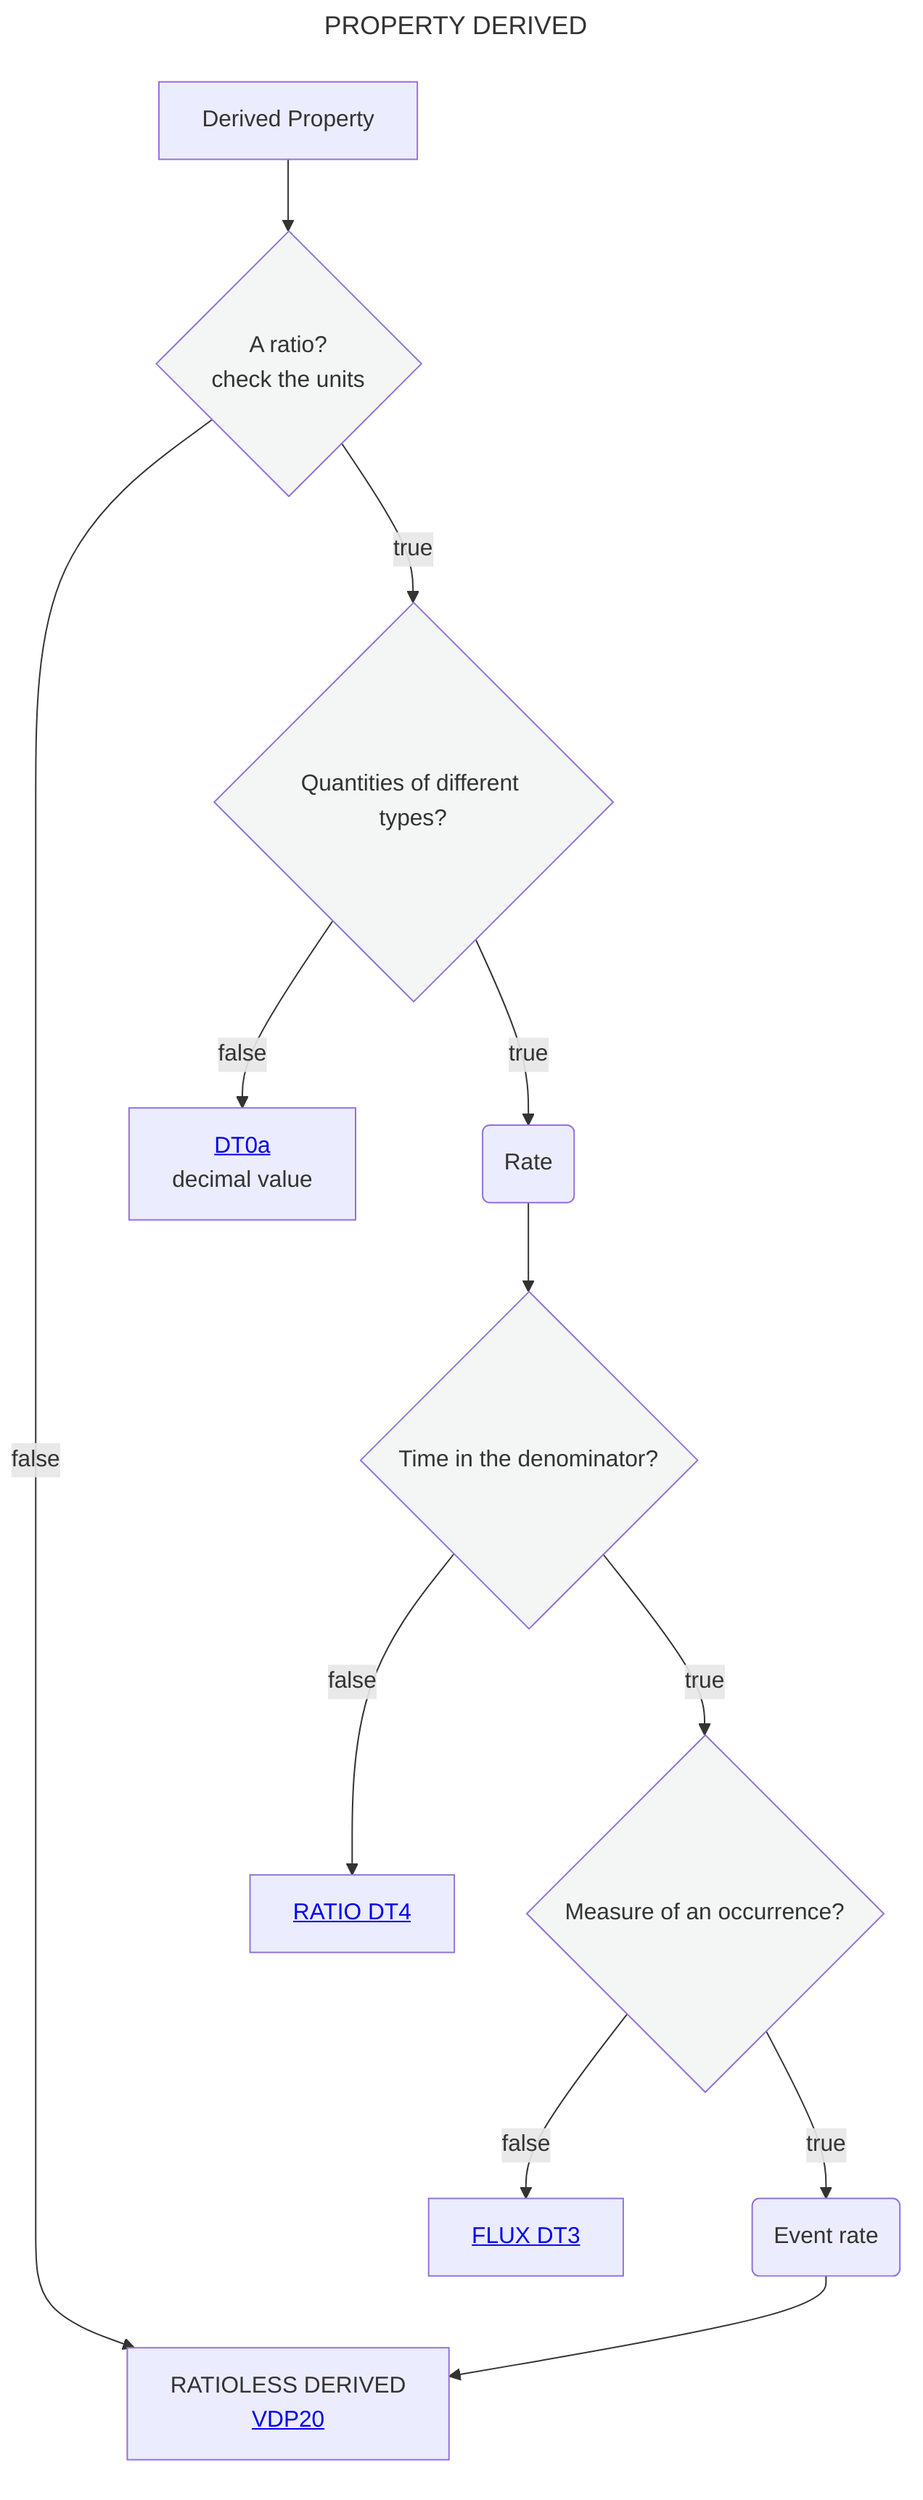
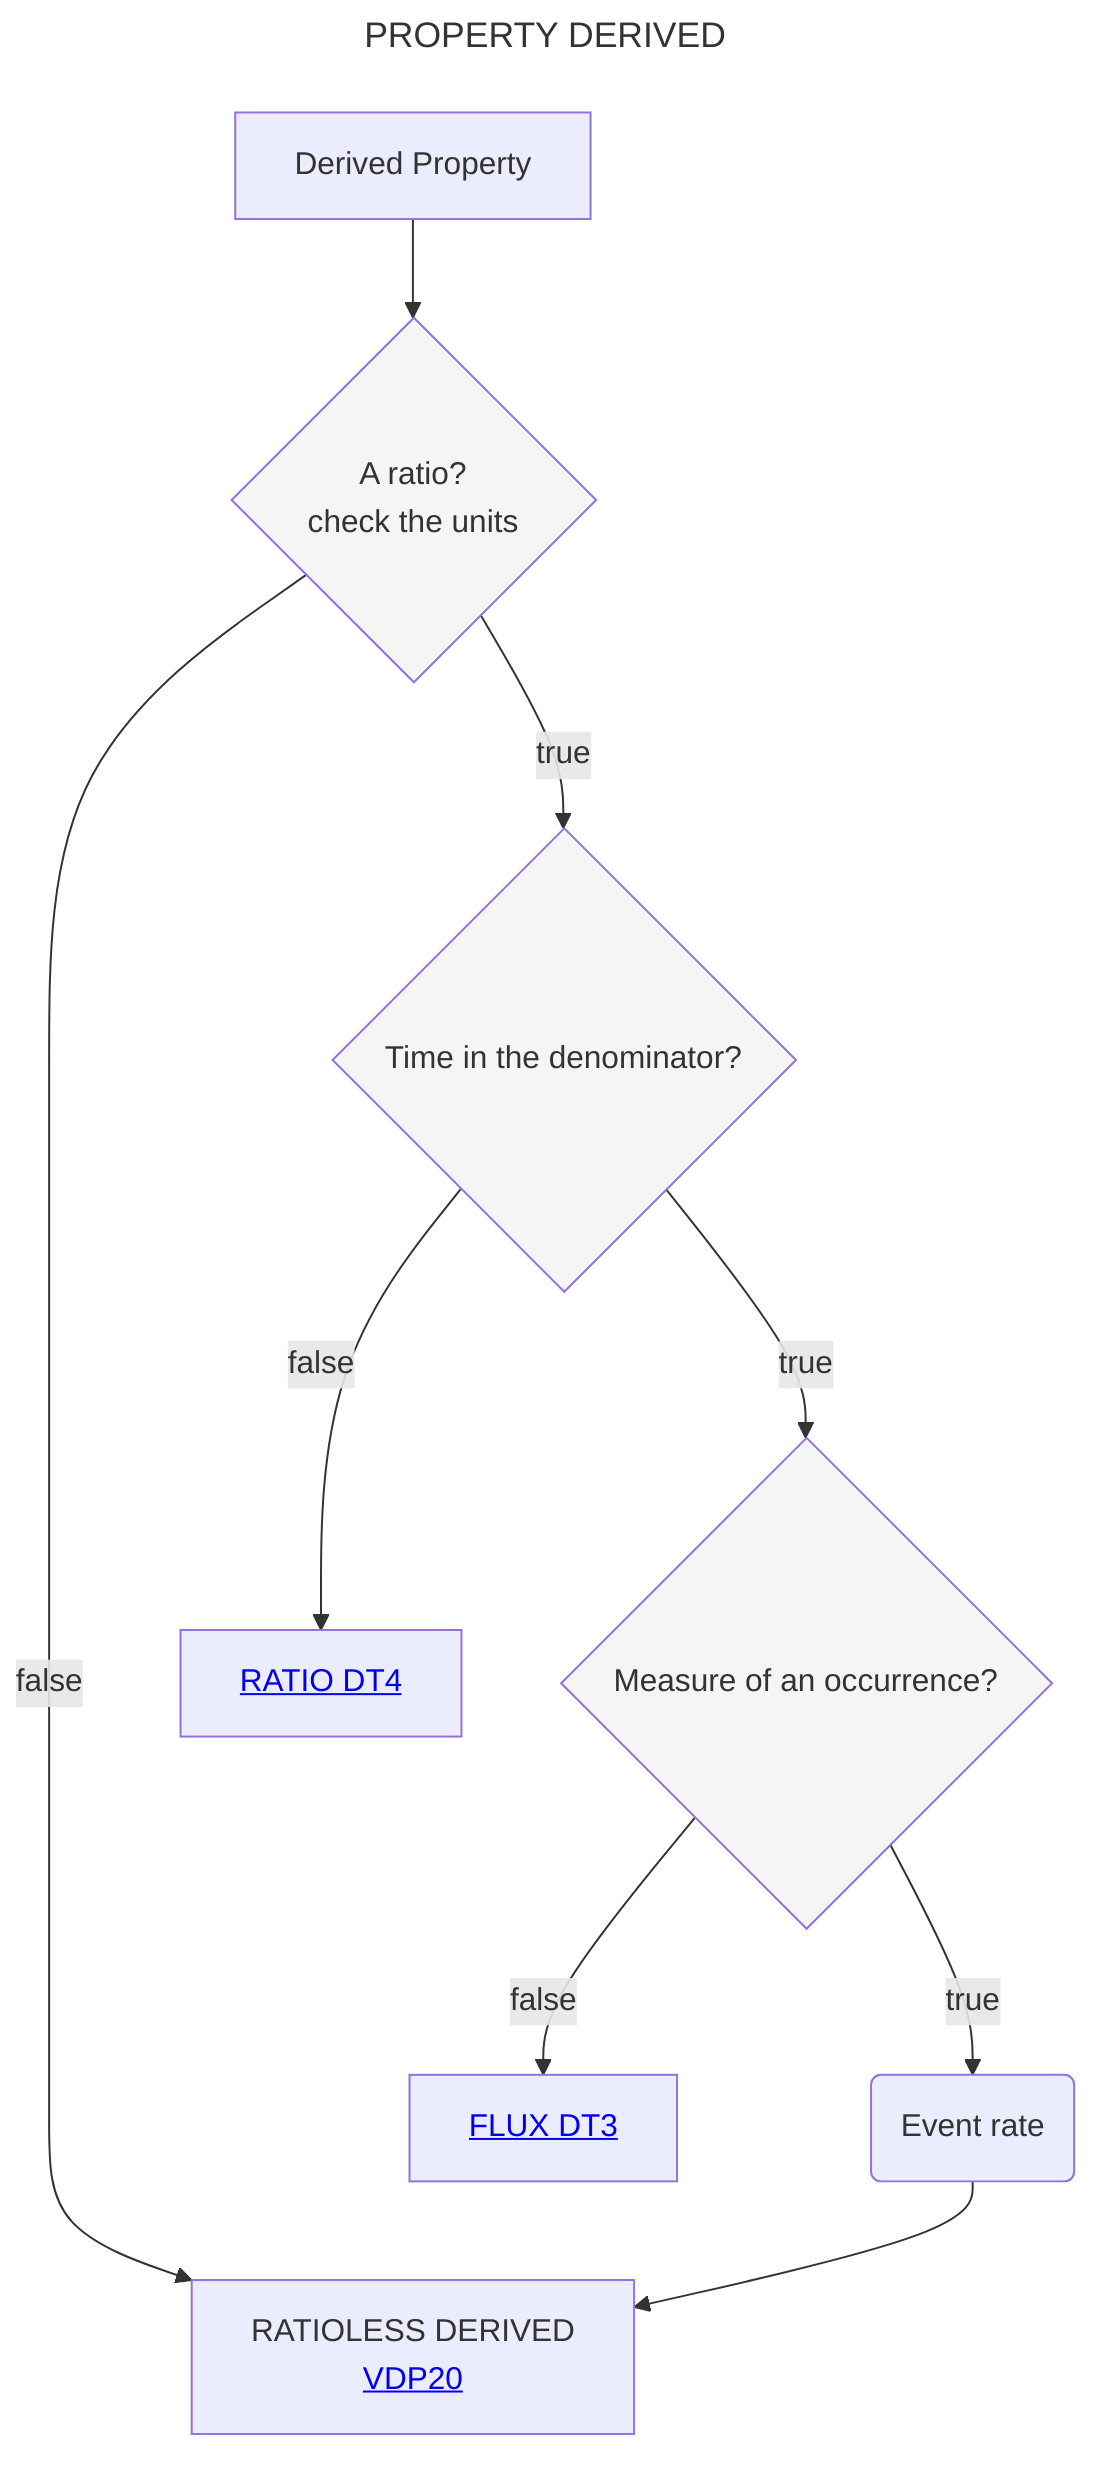
---
title: PROPERTY DERIVED
---
flowchart TD
    A[Derived Property] --> B{A ratio?<br>check the units}:::white
-     B --> |true|C{Quantities of different types?}:::white
+     B --> |true|N{Time in the denominator?}:::white
    B --> |false|I[RATIOLESS DERIVED <br> <a href='https://github.com/mabablue/I-ADOPT-patterns-playground/blob/main/pattern/VDP20.yaml'>VDP20</a>]
-     C --> |true|MN(Rate)
-     MN --> N{Time in the denominator?}:::white
-     C --> |false|D[<a href='https://github.com/mabablue/I-ADOPT-patterns-playground/blob/main/Decisition_trees/DT1.mmd'>DT0a</a><br> decimal value]
    N --> |true|E{Measure of an occurrence?}:::white
    N --> |false|O[<a href='https://github.com/mabablue/I-ADOPT-patterns-playground/blob/main/Decisition_trees/DT4.mmd'>RATIO DT4</a>]
    E --> |true|L(Event rate)
    E --> |false|K[<a href='https://github.com/mabablue/I-ADOPT-patterns-playground/blob/main/Decisition_trees/DT3.mmd'>FLUX DT3</a>]
    L --> I
   classDef blue fill:#90D5FF
   classDef satblue fill:#57B9FF
   classDef white fill:#f3f6f4
   classDef green fill:#6aa84f

